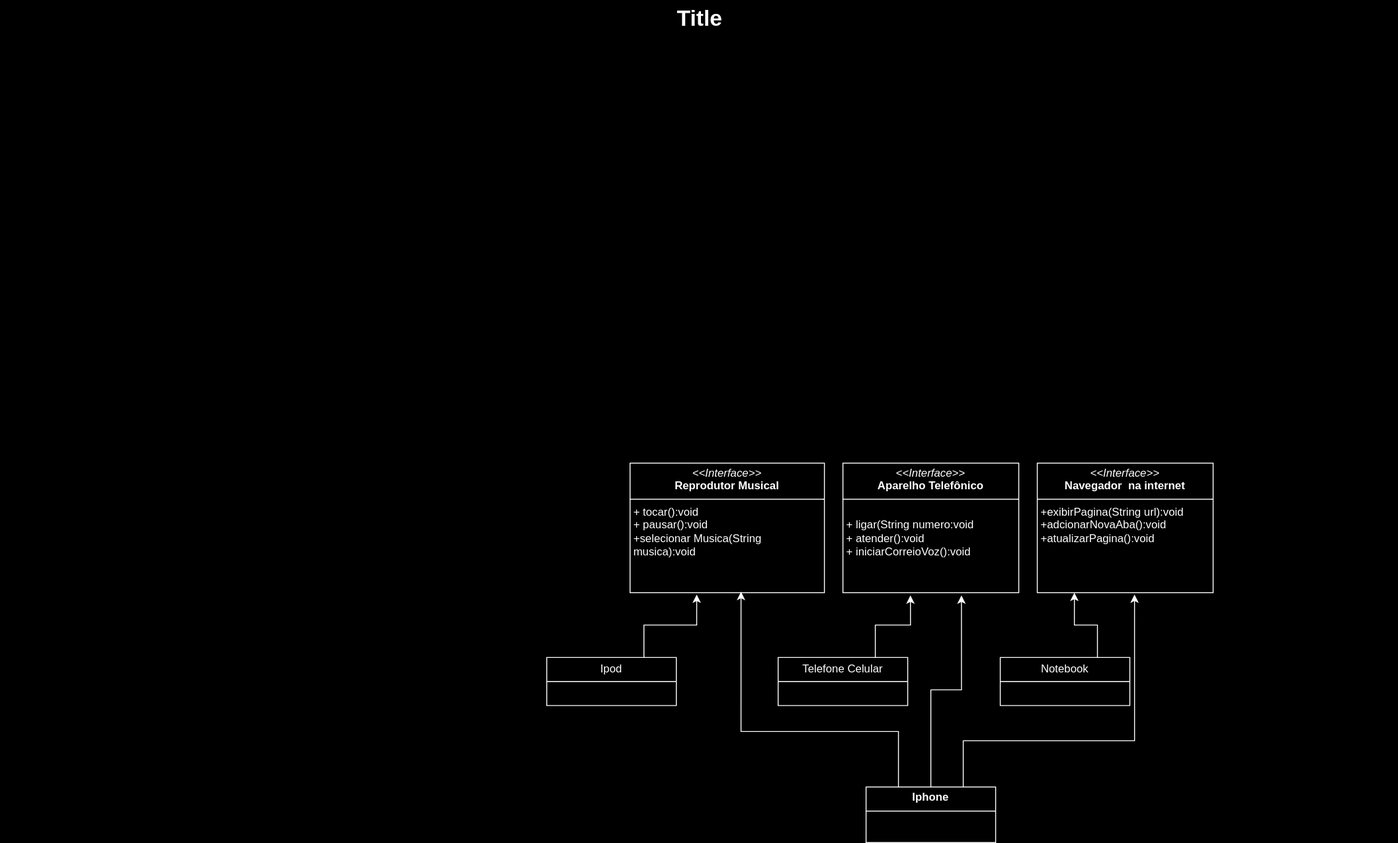
Before: diagrama iphone.svg, a diagram exported from draw.io (Senuy/Modelando-o-iPhone-com-UML). Source tidied: cells renumbered, new cells last; positions are measured from the earlier drawing's top-left corner, leaving out a move shared by most shapes.
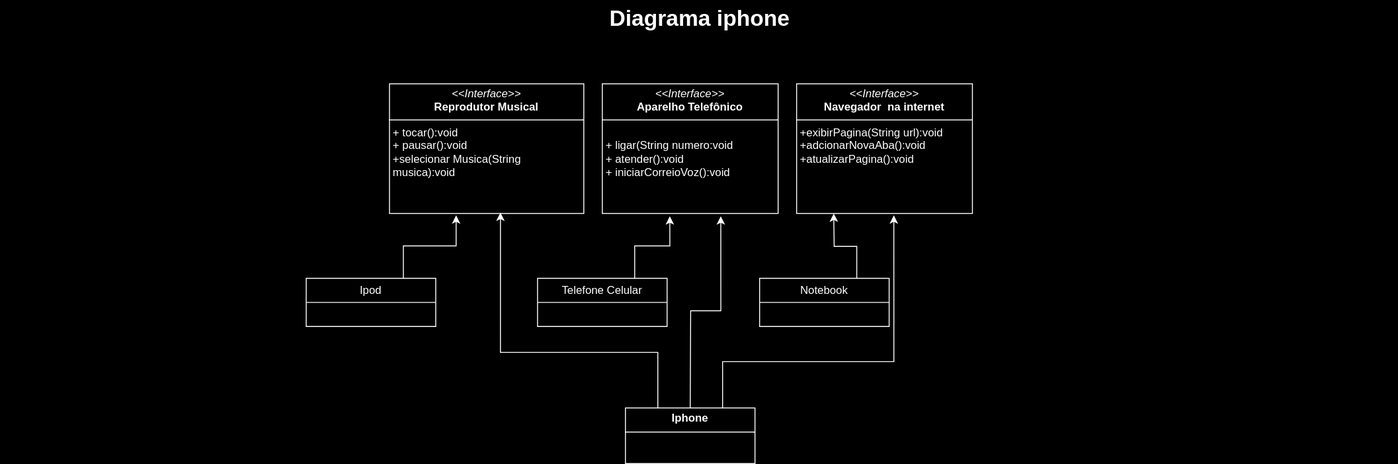
After the change.

The edit, as a diff of the source:
```diff
@@ -2,8 +2,8 @@
   <root>
     <mxCell id="0" style="html=1;" />
     <mxCell id="1" style="html=1;" parent="0" />
-    <mxCell id="2" value="Title" style="text;strokeColor=none;fillColor=none;html=1;fontSize=24;fontStyle=1;verticalAlign=middle;align=center;" parent="1" vertex="1">
-      <mxGeometry width="1510" height="40" as="geometry" />
+    <mxCell id="2" value="Diagrama iphone" style="text;strokeColor=none;fillColor=none;html=1;fontSize=24;fontStyle=1;verticalAlign=middle;align=center;" parent="1" vertex="1">
+      <mxGeometry x="260" y="410" width="1510" height="40" as="geometry" />
     </mxCell>
     <mxCell id="3" value="&lt;p style=&quot;margin:0px;margin-top:4px;text-align:center;&quot;&gt;&lt;i&gt;&amp;lt;&amp;lt;Interface&amp;gt;&amp;gt;&lt;/i&gt;&lt;br&gt;&lt;b&gt;Reprodutor Musical&lt;/b&gt;&lt;/p&gt;&lt;hr size=&quot;1&quot; style=&quot;border-style:solid;&quot;&gt;&lt;p style=&quot;margin:0px;margin-left:4px;&quot;&gt;+ tocar():void&lt;br&gt;+ pausar():void&lt;/p&gt;&lt;p style=&quot;margin:0px;margin-left:4px;&quot;&gt;+selecionar Musica(String&amp;nbsp; musica):void&lt;/p&gt;&lt;p style=&quot;margin:0px;margin-left:4px;&quot;&gt;&lt;br&gt;&lt;/p&gt;" style="verticalAlign=top;align=left;overflow=fill;html=1;whiteSpace=wrap;" parent="1" vertex="1">
       <mxGeometry x="680" y="500" width="210" height="140" as="geometry" />
@@ -32,25 +32,32 @@
     <mxCell id="11" value="Notebook" style="swimlane;fontStyle=0;horizontal=1;startSize=26;fillColor=none;whiteSpace=wrap;html=1;" parent="1" vertex="1">
       <mxGeometry x="1080" y="710" width="140" height="52" as="geometry" />
     </mxCell>
-    <mxCell id="12" style="edgeStyle=orthogonalEdgeStyle;rounded=0;jettySize=auto;html=1;exitX=0.75;exitY=0;exitDx=0;exitDy=0;entryX=0.211;entryY=1;entryDx=0;entryDy=0;entryPerimeter=0;" parent="1" edge="1" source="11" target="5">
-      <mxGeometry relative="1" as="geometry" />
+    <mxCell id="12" style="edgeStyle=orthogonalEdgeStyle;rounded=0;jettySize=auto;html=1;exitX=0.75;exitY=0;exitDx=0;exitDy=0;entryX=0.211;entryY=1;entryDx=0;entryDy=0;entryPerimeter=0;" parent="1" edge="1" source="11">
+      <mxGeometry relative="1" as="geometry">
+        <mxPoint x="1160.1" y="640" as="targetPoint" />
+      </mxGeometry>
     </mxCell>
     <mxCell id="13" value="&lt;p style=&quot;margin:0px;margin-top:4px;text-align:center;&quot;&gt;&lt;b&gt;Iphone&lt;/b&gt;&lt;/p&gt;&lt;div style=&quot;height:2px;&quot;&gt;&lt;/div&gt;&lt;hr size=&quot;1&quot; style=&quot;border-style:solid;&quot;&gt;&lt;div style=&quot;height:2px;&quot;&gt;&lt;/div&gt;" style="verticalAlign=top;align=left;overflow=fill;html=1;whiteSpace=wrap;" parent="1" vertex="1">
       <mxGeometry x="935" y="850" width="140" height="60" as="geometry" />
     </mxCell>
-    <mxCell id="14" style="edgeStyle=orthogonalEdgeStyle;rounded=0;jettySize=auto;html=1;exitX=0.25;exitY=0;exitDx=0;exitDy=0;entryX=0.571;entryY=0.993;entryDx=0;entryDy=0;entryPerimeter=0;" parent="1" edge="1" source="13" target="3">
+    <mxCell id="14" style="edgeStyle=orthogonalEdgeStyle;rounded=0;jettySize=auto;html=1;exitX=0.25;exitY=0;exitDx=0;exitDy=0;entryX=0.571;entryY=0.993;entryDx=0;entryDy=0;entryPerimeter=0;" parent="1" edge="1" target="3">
       <mxGeometry relative="1" as="geometry">
+        <mxPoint x="970" y="850" as="sourcePoint" />
         <Array as="points">
           <mxPoint x="970" y="790" />
           <mxPoint x="800" y="790" />
         </Array>
       </mxGeometry>
     </mxCell>
-    <mxCell id="15" style="edgeStyle=orthogonalEdgeStyle;rounded=0;jettySize=auto;html=1;exitX=0.5;exitY=0;exitDx=0;exitDy=0;entryX=0.674;entryY=1.021;entryDx=0;entryDy=0;entryPerimeter=0;" parent="1" edge="1" source="13" target="4">
-      <mxGeometry relative="1" as="geometry" />
+    <mxCell id="15" style="edgeStyle=orthogonalEdgeStyle;rounded=0;jettySize=auto;html=1;exitX=0.5;exitY=0;exitDx=0;exitDy=0;entryX=0.674;entryY=1.021;entryDx=0;entryDy=0;entryPerimeter=0;" parent="1" edge="1" target="4">
+      <mxGeometry relative="1" as="geometry">
+        <mxPoint x="1005" y="850" as="sourcePoint" />
+      </mxGeometry>
     </mxCell>
-    <mxCell id="16" style="edgeStyle=orthogonalEdgeStyle;rounded=0;jettySize=auto;html=1;exitX=0.75;exitY=0;exitDx=0;exitDy=0;entryX=0.553;entryY=1.014;entryDx=0;entryDy=0;entryPerimeter=0;" parent="1" edge="1" source="13" target="5">
+    <mxCell id="16" style="edgeStyle=orthogonalEdgeStyle;rounded=0;orthogonalLoop=1;jettySize=auto;html=1;exitX=0.75;exitY=0;exitDx=0;exitDy=0;entryX=0.553;entryY=1.014;entryDx=0;entryDy=0;entryPerimeter=0;" parent="1" edge="1">
       <mxGeometry relative="1" as="geometry">
+        <mxPoint x="1040" y="850" as="sourcePoint" />
+        <mxPoint x="1225.1" y="642" as="targetPoint" />
         <Array as="points">
           <mxPoint x="1040" y="800" />
           <mxPoint x="1225" y="800" />
```
